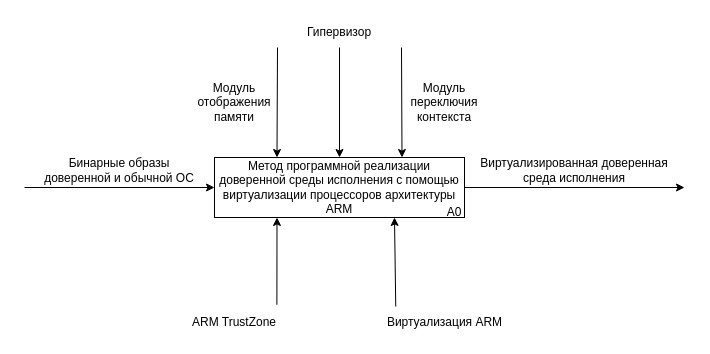
Above: page "Page-1" (1 of 2) of docs/drawio/main-idef0.drawio in mRrvz/bmstu-masters-diploma (draw.io), before the change. Source tidied: cells renumbered, new cells numbered last; positions are measured from the earlier drawing's top-left corner, leaving out a move shared by most shapes. Both pictures are drawn from the tidied source at 100%, with x=0, y=0 at pixel (24, 17).
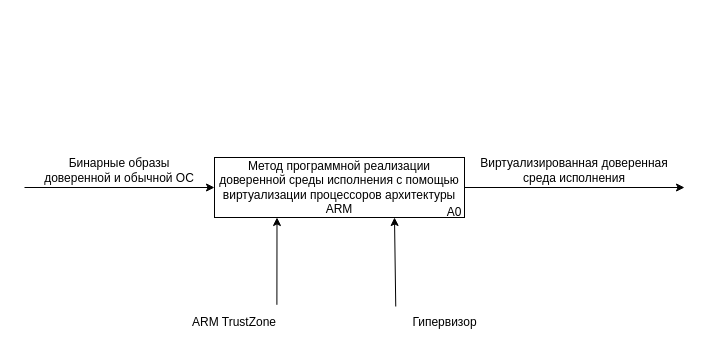
Above is the later version.

Unchanged cells that the change refers to:
```xml
<mxCell id="3" value="Метод программной реализации доверенной среды исполнения с помощью виртуализации процессоров архитектуры ARM " style="rounded=0;whiteSpace=wrap;html=1;" parent="1" vertex="1">
  <mxGeometry x="190" y="140" width="250" height="60" as="geometry" />
</mxCell>
```

Diff of the diagram source:
```diff
@@
-    <mxCell id="2" style="endArrow=classic;html=1;rounded=0;entryX=0.5;entryY=0;entryDx=0;entryDy=0;" parent="1" edge="1" target="3">
-      <mxGeometry relative="1" as="geometry">
-        <mxPoint x="315" y="30" as="sourcePoint" />
-      </mxGeometry>
-    </mxCell>
@@
-    <mxCell id="7" value="Модуль переключия контекста" style="text;html=1;align=center;verticalAlign=middle;whiteSpace=wrap;rounded=0;" parent="1" vertex="1">
-      <mxGeometry x="390" y="70" width="60" height="30" as="geometry" />
-    </mxCell>
-    <mxCell id="8" value="Модуль отображения памяти" style="text;html=1;align=center;verticalAlign=middle;whiteSpace=wrap;rounded=0;" parent="1" vertex="1">
-      <mxGeometry x="165" y="70" width="90" height="30" as="geometry" />
-    </mxCell>
-    <mxCell id="9" style="endArrow=classic;html=1;rounded=0;entryX=0.25;entryY=0;entryDx=0;entryDy=0;" parent="1" edge="1" target="3">
-      <mxGeometry relative="1" as="geometry">
-        <mxPoint x="253" y="30" as="sourcePoint" />
-      </mxGeometry>
-    </mxCell>
-    <mxCell id="10" style="endArrow=classic;html=1;rounded=0;entryX=0.75;entryY=0;entryDx=0;entryDy=0;" parent="1" edge="1" target="3">
-      <mxGeometry relative="1" as="geometry">
-        <mxPoint x="377" y="30" as="sourcePoint" />
-      </mxGeometry>
-    </mxCell>
-    <mxCell id="11" value="Гипервизор" style="text;html=1;align=center;verticalAlign=middle;whiteSpace=wrap;rounded=0;" parent="1" vertex="1">
-      <mxGeometry x="285" width="60" height="30" as="geometry" />
-    </mxCell>
@@
-    <mxCell id="15" value="Виртуализация ARM" style="text;html=1;align=center;verticalAlign=middle;whiteSpace=wrap;rounded=0;" parent="1" vertex="1">
+    <mxCell id="15" value="Гипервизор" style="text;html=1;align=center;verticalAlign=middle;whiteSpace=wrap;rounded=0;" parent="1" vertex="1">
       <mxGeometry x="357.5" y="290" width="125" height="30" as="geometry" />
     </mxCell>
```
